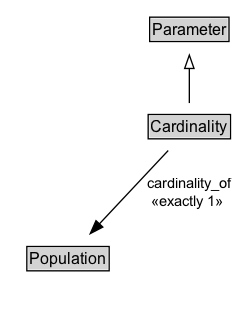
Above: docs/diagrams/Cardinality.dot.png in ISO-TC204/ontology-i72-v1 (Graphviz), before the change. Its source is kept beside it as docs/diagrams/Cardinality.dot.
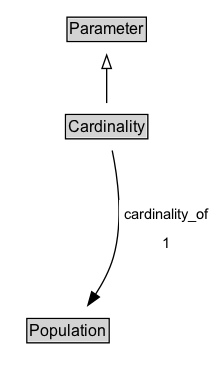
After the commit.

Change to the diagram source:
```diff
@@ -3,18 +3,21 @@
 	node [fontname=Arial fontsize=12 margin=0 shape=none]
 	edge [fontname=Arial fontsize=11]
 	{
+		rank=source
+		Parameter [label=<<TABLE BORDER="1" CELLBORDER="0" CELLSPACING="0" CELLPADDING="1"><TR><TD BGCOLOR="lightgray" ALIGN="CENTER">Parameter</TD></TR></TABLE>> URL="../Parameter" margin=0]
+	}
+	Cardinality [label=<<TABLE BORDER="1" CELLBORDER="0" CELLSPACING="0" CELLPADDING="1"><TR><TD BGCOLOR="lightgray" ALIGN="CENTER">Cardinality</TD></TR></TABLE>> URL="../Cardinality" margin=0]
+	{
 		rank=max
-		Cardinality [label=<<TABLE BORDER="1" CELLBORDER="0" CELLSPACING="0" CELLPADDING="1"><TR><TD BGCOLOR="lightgray" ALIGN="CENTER" PORT="e">Cardinality</TD></TR></TABLE>> URL="../Cardinality.md" margin=0]
 	}
 	subgraph cluster_associated {
 		label="" style=invis
 		Invis [label=<<TABLE BORDER="0" CELLBORDER="0" CELLSPACING="0" CELLPADDING="1"><TR><TD></TD></TR></TABLE>> margin=0 style=invis]
-		Population [label=<<TABLE BORDER="1" CELLBORDER="0" CELLSPACING="0" CELLPADDING="1"><TR><TD BGCOLOR="lightgray" ALIGN="CENTER">Population</TD></TR></TABLE>> URL="../Population.md" margin=0]
+		Population [label=<<TABLE BORDER="1" CELLBORDER="0" CELLSPACING="0" CELLPADDING="1"><TR><TD BGCOLOR="lightgray" ALIGN="CENTER">Population</TD></TR></TABLE>> URL="../Population" margin=0]
 	}
-	Parameter [label=<<TABLE BORDER="1" CELLBORDER="0" CELLSPACING="0" CELLPADDING="1"><TR><TD BGCOLOR="lightgray" ALIGN="CENTER">Parameter</TD></TR></TABLE>> URL="../Parameter.md" margin=0]
 	Cardinality -> Parameter [arrowhead=onormal style=solid]
 	Cardinality -> Invis [style=invis]
 	Invis -> Population [style=invis]
-	Cardinality -> Population [label=" cardinality_of
- «exactly 1»  " arrowhead=normal style=solid]
+	Population [label=<<TABLE BORDER="1" CELLBORDER="0" CELLSPACING="0" CELLPADDING="1"><TR><TD BGCOLOR="lightgray" ALIGN="CENTER">Population</TD></TR></TABLE>> URL="../Population" margin=0]
+	Cardinality -> Population [label=<<TABLE BORDER="0" CELLBORDER="0" CELLSPACING="0" CELLPADDING="4" BGCOLOR="white"><TR><TD ALIGN="CENTER">cardinality_of</TD></TR><TR><TD ALIGN="CENTER">1</TD></TR></TABLE>> arrowhead=normal style=solid]
 }
```
